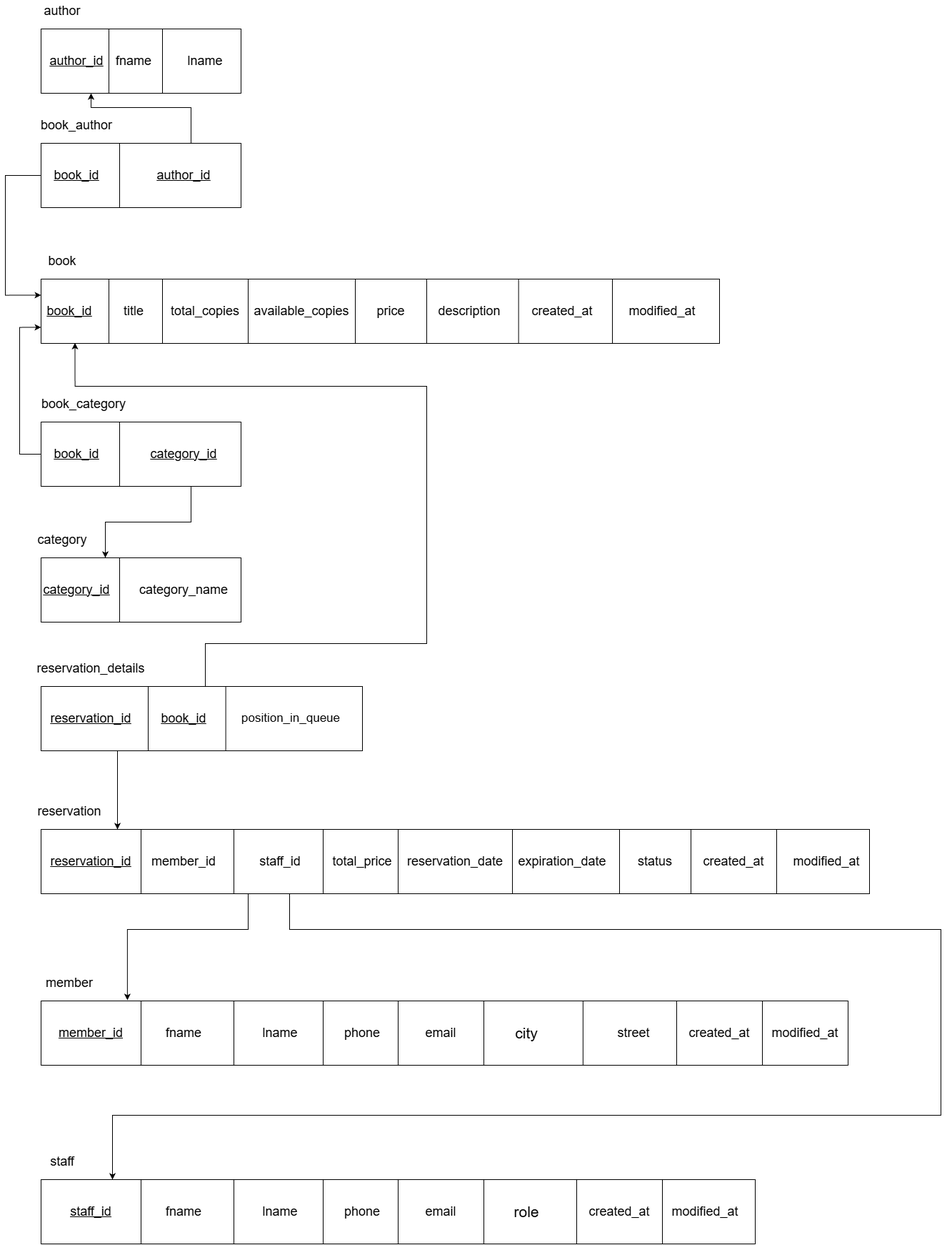
Before: mapping.png, a diagram exported from draw.io (kindahard/Book_haven). Source tidied: cells renumbered, new cells last; positions are measured from the earlier drawing's top-left corner, leaving out a move shared by most shapes.
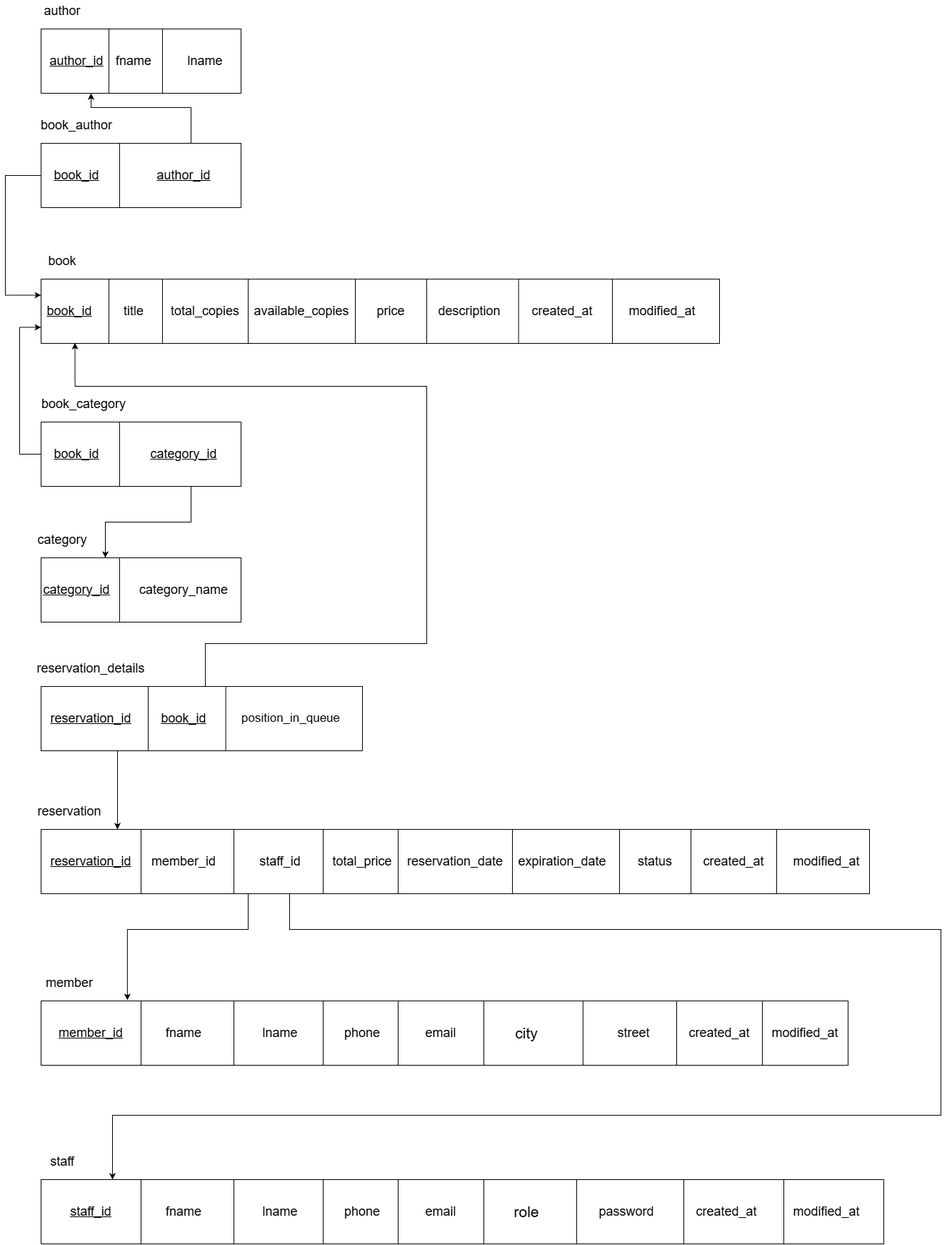
After the change.

Commit message:
updated the schema: added a password field to the staff table and removed the audit_log table

The edit, as a diff of the source:
```diff
@@ -361,7 +361,7 @@
       </mxGeometry>
     </mxCell>
     <mxCell id="83" style="rounded=0;whiteSpace=wrap;html=1;" parent="1" vertex="1">
-      <mxGeometry x="50" y="1650" width="1000" height="90" as="geometry" />
+      <mxGeometry x="50" y="1650" width="1180" height="90" as="geometry" />
     </mxCell>
     <mxCell id="84" value="&lt;span style=&quot;font-size: 18px;&quot;&gt;staff&lt;/span&gt;" style="text;html=1;whiteSpace=wrap;strokeColor=none;fillColor=none;align=center;verticalAlign=middle;rounded=0;" parent="1" vertex="1">
       <mxGeometry x="50" y="1610" width="60" height="30" as="geometry" />
@@ -485,16 +485,16 @@
       </mxGeometry>
     </mxCell>
     <mxCell id="110" value="&lt;span style=&quot;font-size: 18px;&quot;&gt;created_at&lt;/span&gt;" style="text;html=1;whiteSpace=wrap;strokeColor=none;fillColor=none;align=center;verticalAlign=middle;rounded=0;" parent="1" vertex="1">
-      <mxGeometry x="830" y="1680" width="60" height="30" as="geometry" />
+      <mxGeometry x="980" y="1680" width="60" height="30" as="geometry" />
     </mxCell>
     <mxCell id="111" style="endArrow=none;html=1;rounded=0;entryX=0.5;entryY=0;entryDx=0;entryDy=0;exitX=0.5;exitY=1;exitDx=0;exitDy=0;" parent="1" edge="1">
       <mxGeometry relative="1" as="geometry">
-        <mxPoint x="920" y="1740" as="sourcePoint" />
-        <mxPoint x="920" y="1650" as="targetPoint" />
+        <mxPoint x="1090" y="1740" as="sourcePoint" />
+        <mxPoint x="1090" y="1650" as="targetPoint" />
       </mxGeometry>
     </mxCell>
     <mxCell id="112" value="&lt;span style=&quot;font-size: 18px;&quot;&gt;modified_at&lt;/span&gt;" style="text;html=1;whiteSpace=wrap;strokeColor=none;fillColor=none;align=center;verticalAlign=middle;rounded=0;" parent="1" vertex="1">
-      <mxGeometry x="950" y="1680" width="60" height="30" as="geometry" />
+      <mxGeometry x="1120" y="1680" width="60" height="30" as="geometry" />
     </mxCell>
     <mxCell id="113" style="endArrow=none;html=1;rounded=0;entryX=0.5;entryY=0;entryDx=0;entryDy=0;exitX=0.5;exitY=1;exitDx=0;exitDy=0;" parent="1" edge="1">
       <mxGeometry relative="1" as="geometry">
@@ -502,5 +502,14 @@
         <mxPoint x="800" y="1650" as="targetPoint" />
       </mxGeometry>
     </mxCell>
+    <mxCell id="114" style="endArrow=none;html=1;rounded=0;entryX=0.5;entryY=0;entryDx=0;entryDy=0;exitX=0.5;exitY=1;exitDx=0;exitDy=0;" parent="1" edge="1">
+      <mxGeometry relative="1" as="geometry">
+        <mxPoint x="950" y="1740" as="sourcePoint" />
+        <mxPoint x="950" y="1650" as="targetPoint" />
+      </mxGeometry>
+    </mxCell>
+    <mxCell id="115" value="&lt;span style=&quot;font-size: 18px;&quot;&gt;password&lt;/span&gt;" style="text;html=1;whiteSpace=wrap;strokeColor=none;fillColor=none;align=center;verticalAlign=middle;rounded=0;" parent="1" vertex="1">
+      <mxGeometry x="840" y="1680" width="60" height="30" as="geometry" />
+    </mxCell>
   </root>
 </mxGraphModel>
```
